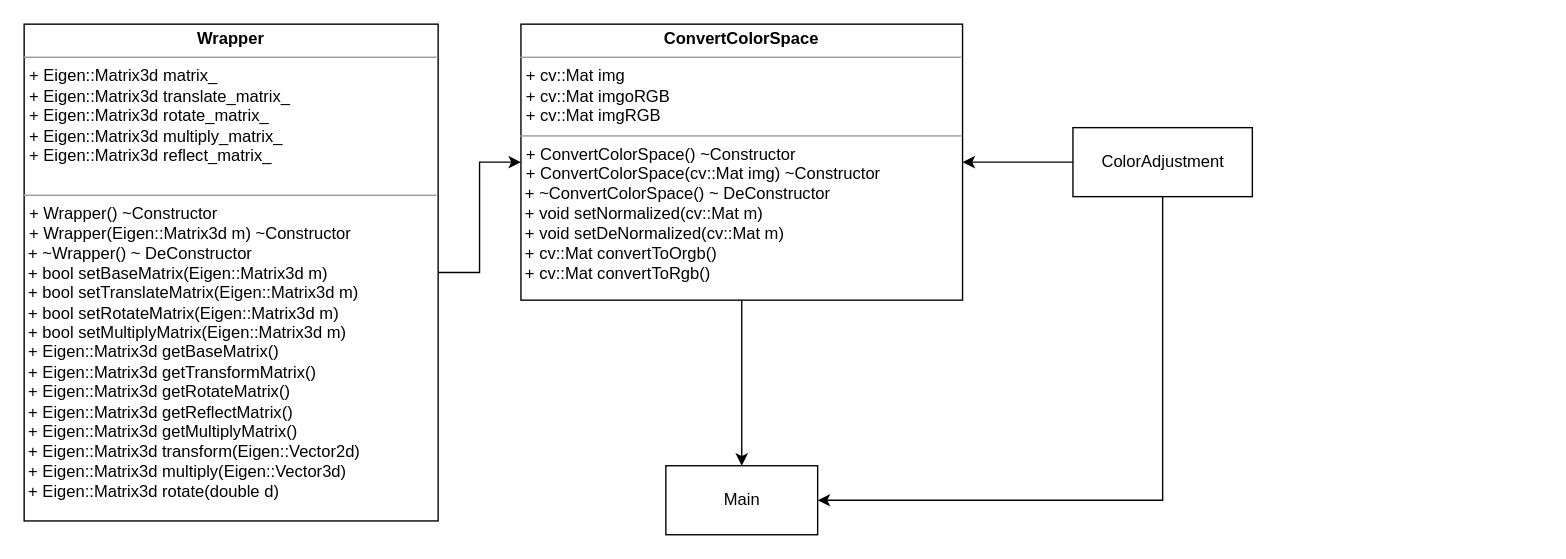
Above: workflow.drawio in agonsalihu/oRGB (draw.io), before the change. Source tidied: cells renumbered, new cells numbered last; positions are measured from the earlier drawing's top-left corner, leaving out a move shared by most shapes. Both pictures are drawn from the tidied source at 138%, with x=0, y=0 at pixel (23, 23).
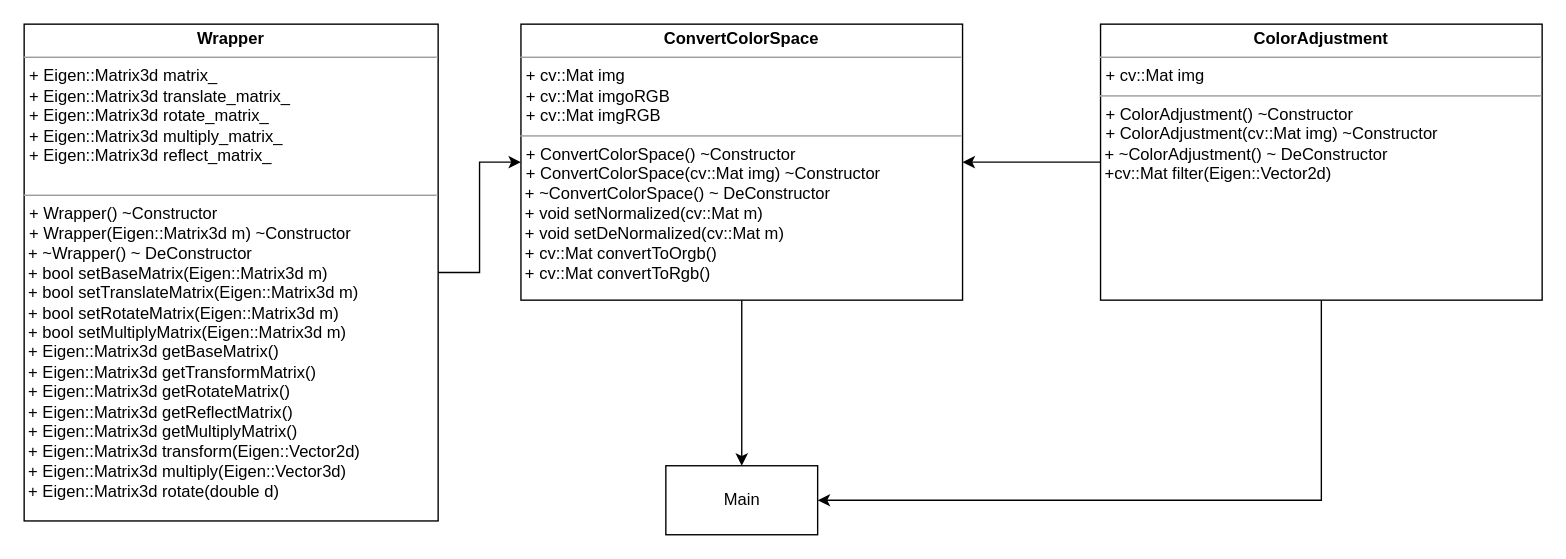
After the change.

The edit, as a diff of the source:
```diff
@@
 <mxGraphModel background="#ffffff">
   <root>
     <mxCell id="0" />
     <mxCell id="1" parent="0" />
     <mxCell id="2" style="edgeStyle=orthogonalEdgeStyle;rounded=0;jettySize=auto;html=1;exitX=1;exitY=0.5;exitDx=0;exitDy=0;entryX=0;entryY=0.5;entryDx=0;entryDy=0;" parent="1" edge="1" source="3" target="5">
       <mxGeometry relative="1" as="geometry" />
     </mxCell>
     <mxCell id="3" value="&lt;p style=&quot;margin: 0px ; margin-top: 4px ; text-align: center&quot;&gt;&lt;b&gt;Wrapper&lt;/b&gt;&lt;br&gt;&lt;/p&gt;&lt;hr size=&quot;1&quot;&gt;&lt;p style=&quot;margin: 0px ; margin-left: 4px&quot;&gt;+ Eigen::Matrix3d matrix_&lt;/p&gt;&lt;p style=&quot;margin: 0px ; margin-left: 4px&quot;&gt;+ Eigen::Matrix3d translate_matrix_&lt;br&gt;&lt;/p&gt;&lt;p style=&quot;margin: 0px ; margin-left: 4px&quot;&gt;+ Eigen::Matrix3d rotate_matrix_&lt;br&gt;&lt;/p&gt;&lt;p style=&quot;margin: 0px ; margin-left: 4px&quot;&gt;+ Eigen::Matrix3d multiply_matrix_&lt;br&gt;&lt;/p&gt;&lt;p style=&quot;margin: 0px ; margin-left: 4px&quot;&gt;+ Eigen::Matrix3d reflect_matrix_&lt;br&gt;&lt;/p&gt;&lt;p style=&quot;margin: 0px ; margin-left: 4px&quot;&gt;&lt;br&gt;&lt;/p&gt;&lt;hr size=&quot;1&quot;&gt;&lt;p style=&quot;margin: 0px ; margin-left: 4px&quot;&gt;+ Wrapper() ~Constructor&lt;/p&gt;&lt;p style=&quot;margin: 0px ; margin-left: 4px&quot;&gt;+ Wrapper(Eigen::Matrix3d m) ~Constructor&lt;br&gt;&lt;/p&gt;&lt;div&gt;&amp;nbsp;+ ~Wrapper() ~ DeConstructor &lt;br&gt;&lt;/div&gt;&lt;div&gt;&amp;nbsp;+ bool setBaseMatrix(Eigen::Matrix3d m)&lt;/div&gt;&lt;div&gt;&amp;nbsp;+ bool setTranslateMatrix(Eigen::Matrix3d m)&lt;/div&gt;&lt;div&gt;&amp;nbsp;+ bool setRotateMatrix(Eigen::Matrix3d m)&lt;/div&gt;&lt;div&gt;&amp;nbsp;+ bool setMultiplyMatrix(Eigen::Matrix3d m)&lt;/div&gt;&lt;div&gt;&amp;nbsp;+ Eigen::Matrix3d getBaseMatrix()&lt;/div&gt;&lt;div&gt;&amp;nbsp;+ Eigen::Matrix3d getTransformMatrix()&lt;/div&gt;&lt;div&gt;&amp;nbsp;+ Eigen::Matrix3d getRotateMatrix()&lt;/div&gt;&lt;div&gt;&amp;nbsp;+ Eigen::Matrix3d getReflectMatrix()&lt;/div&gt;&lt;div&gt;&amp;nbsp;+ Eigen::Matrix3d getMultiplyMatrix()&lt;/div&gt;&lt;div&gt;&amp;nbsp;+ Eigen::Matrix3d transform(Eigen::Vector2d)&lt;/div&gt;&lt;div&gt;&amp;nbsp;+ Eigen::Matrix3d multiply(Eigen::Vector3d)&lt;/div&gt;&lt;div&gt;&amp;nbsp;+ Eigen::Matrix3d rotate(double d)&lt;/div&gt;&lt;div&gt;&lt;br&gt;&lt;/div&gt;&lt;div&gt;&lt;br&gt;&lt;/div&gt;" style="verticalAlign=top;align=left;overflow=fill;fontSize=12;fontFamily=Helvetica;html=1;" parent="1" vertex="1">
       <mxGeometry width="300" height="360" as="geometry" />
     </mxCell>
     <mxCell id="4" style="edgeStyle=orthogonalEdgeStyle;rounded=0;jettySize=auto;html=1;exitX=0.5;exitY=1;exitDx=0;exitDy=0;" parent="1" edge="1" source="5">
       <mxGeometry relative="1" as="geometry">
         <mxPoint x="520" y="320" as="targetPoint" />
       </mxGeometry>
     </mxCell>
     <mxCell id="5" value="&lt;p style=&quot;margin: 0px ; margin-top: 4px ; text-align: center&quot;&gt;&lt;b&gt;ConvertColorSpace&lt;/b&gt;&lt;br&gt;&lt;/p&gt;&lt;hr size=&quot;1&quot;&gt;&lt;p style=&quot;margin: 0px ; margin-left: 4px&quot;&gt;+ cv::Mat img&lt;/p&gt;&lt;p style=&quot;margin: 0px ; margin-left: 4px&quot;&gt;+ cv::Mat imgoRGB&lt;/p&gt;&lt;p style=&quot;margin: 0px ; margin-left: 4px&quot;&gt;+ cv::Mat imgRGB&lt;br&gt;&lt;/p&gt;&lt;hr size=&quot;1&quot;&gt;&lt;p style=&quot;margin: 0px ; margin-left: 4px&quot;&gt;+ ConvertColorSpace() ~Constructor&lt;/p&gt;&lt;p style=&quot;margin: 0px ; margin-left: 4px&quot;&gt;+ ConvertColorSpace(cv::Mat img) ~Constructor&lt;br&gt;&lt;/p&gt;&lt;div&gt;&amp;nbsp;+ ~ConvertColorSpace() ~ DeConstructor &lt;br&gt;&lt;/div&gt;&lt;div&gt;&amp;nbsp;+ void setNormalized(cv::Mat m)&lt;/div&gt;&lt;div&gt;&amp;nbsp;+ void setDeNormalized(cv::Mat m)&lt;/div&gt;&lt;div&gt;&amp;nbsp;+ cv::Mat convertToOrgb()&lt;/div&gt;&lt;div&gt;&amp;nbsp;+ cv::Mat convertToRgb()&lt;br&gt;&lt;/div&gt;&lt;div&gt;&lt;br&gt;&lt;/div&gt;" style="verticalAlign=top;align=left;overflow=fill;fontSize=12;fontFamily=Helvetica;html=1;" parent="1" vertex="1">
       <mxGeometry x="360" width="320" height="200" as="geometry" />
     </mxCell>
     <mxCell id="6" value="Main" style="html=1;" parent="1" vertex="1">
       <mxGeometry x="465" y="320" width="110" height="50" as="geometry" />
     </mxCell>
-    <mxCell id="7" style="edgeStyle=orthogonalEdgeStyle;rounded=0;jettySize=auto;html=1;exitX=0.5;exitY=1;exitDx=0;exitDy=0;entryX=1;entryY=0.5;entryDx=0;entryDy=0;" parent="1" edge="1" source="9" target="6">
+    <mxCell id="7" style="edgeStyle=orthogonalEdgeStyle;rounded=0;jettySize=auto;html=1;exitX=0.5;exitY=1;exitDx=0;exitDy=0;entryX=1;entryY=0.5;entryDx=0;entryDy=0;" parent="1" edge="1" source="11" target="6">
       <mxGeometry relative="1" as="geometry" />
     </mxCell>
-    <mxCell id="8" style="edgeStyle=orthogonalEdgeStyle;rounded=0;jettySize=auto;html=1;exitX=0;exitY=0.5;exitDx=0;exitDy=0;" parent="1" edge="1" source="9" target="5">
-      <mxGeometry relative="1" as="geometry" />
-    </mxCell>
-    <mxCell id="9" value="ColorAdjustment" style="html=1;" parent="1" vertex="1">
-      <mxGeometry x="760" y="75" width="130" height="50" as="geometry" />
-    </mxCell>
+    <mxCell id="10" style="edgeStyle=orthogonalEdgeStyle;rounded=0;jettySize=auto;html=1;exitX=0;exitY=0.5;exitDx=0;exitDy=0;entryX=1;entryY=0.5;entryDx=0;entryDy=0;" parent="1" edge="1" source="11" target="5">
+      <mxGeometry relative="1" as="geometry" />
+    </mxCell>
+    <mxCell id="11" value="&lt;p style=&quot;margin: 0px ; margin-top: 4px ; text-align: center&quot;&gt;&lt;b&gt;ColorAdjustment&lt;/b&gt;&lt;br&gt;&lt;/p&gt;&lt;hr size=&quot;1&quot;&gt;&lt;p style=&quot;margin: 0px ; margin-left: 4px&quot;&gt;+ cv::Mat img&lt;/p&gt;&lt;hr size=&quot;1&quot;&gt;&lt;p style=&quot;margin: 0px ; margin-left: 4px&quot;&gt;+ ColorAdjustment() ~Constructor&lt;/p&gt;&lt;p style=&quot;margin: 0px ; margin-left: 4px&quot;&gt;+ ColorAdjustment(cv::Mat img) ~Constructor&lt;br&gt;&lt;/p&gt;&lt;div&gt;&amp;nbsp;+ ~ColorAdjustment() ~ DeConstructor &lt;br&gt;&lt;/div&gt;&lt;div&gt;&amp;nbsp;+cv::Mat filter(Eigen::Vector2d)&lt;br&gt;&lt;/div&gt;" style="verticalAlign=top;align=left;overflow=fill;fontSize=12;fontFamily=Helvetica;html=1;" parent="1" vertex="1">
+      <mxGeometry x="780" width="320" height="200" as="geometry" />
+    </mxCell>
   </root>
 </mxGraphModel>
```
